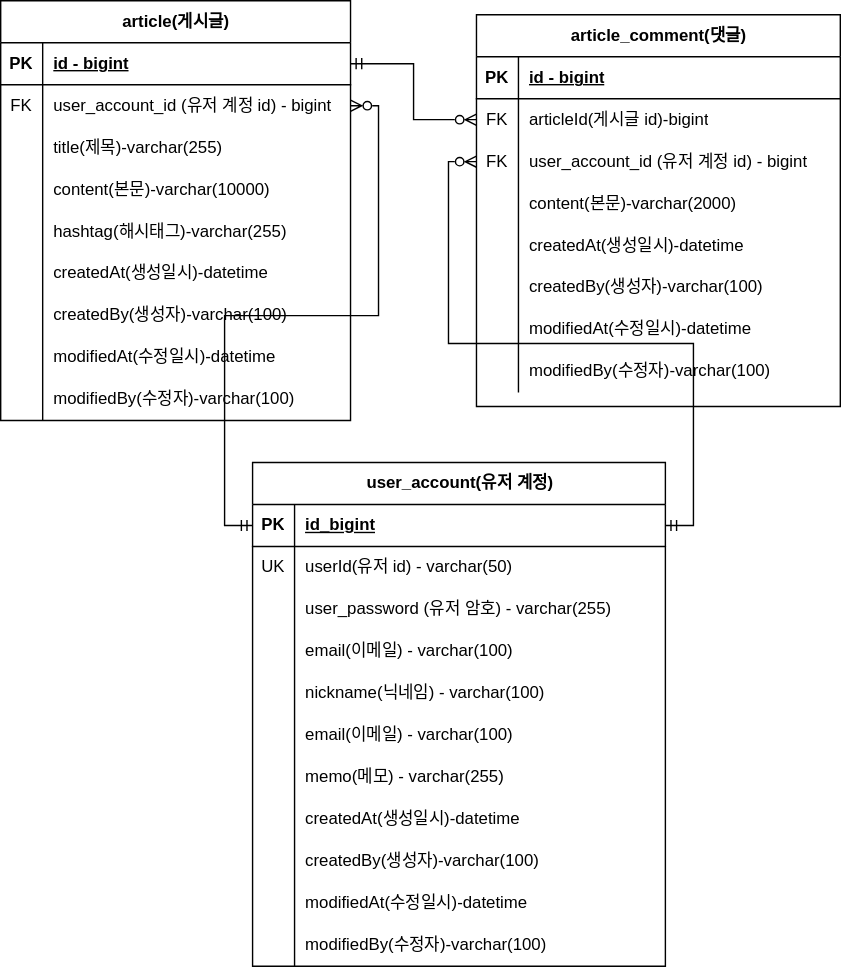
Earlier version of the draw.io export document/project-board-erd.drawio.svg (Kim-Hyeong-June/fastcampus-project-board). Source tidied: cells renumbered, new cells last; positions are measured from the earlier drawing's top-left corner, leaving out a move shared by most shapes.
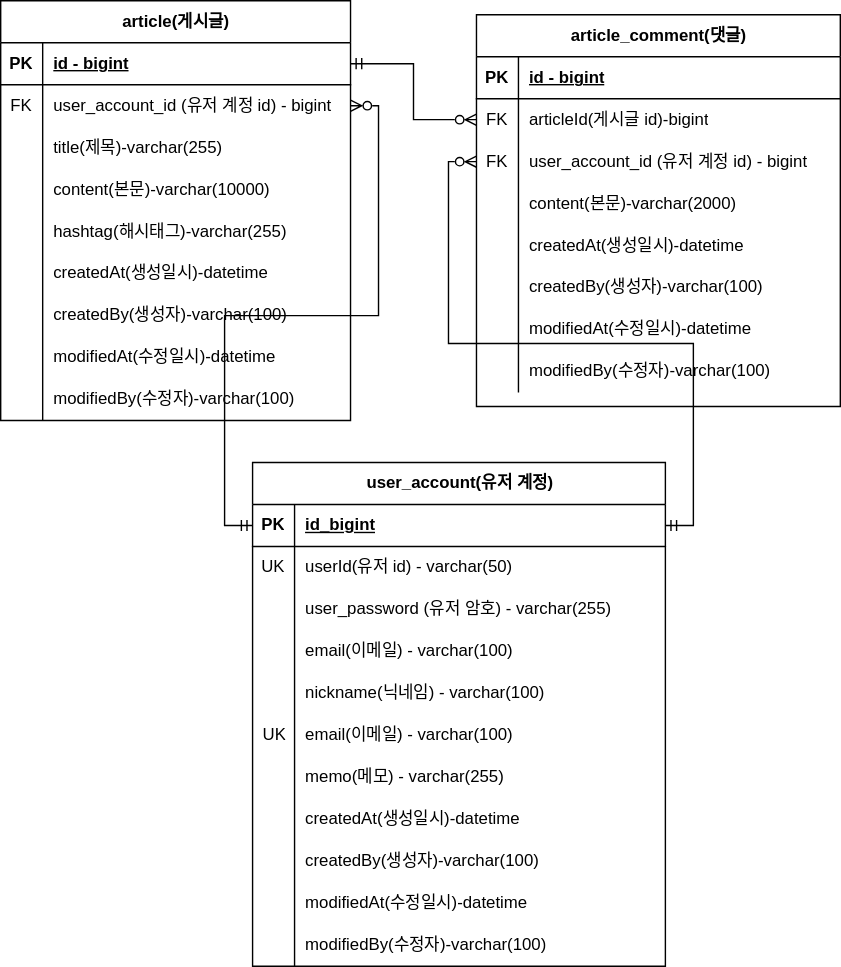
After the change.

Commit message:
email uk 업데이트

The edit, as a diff of the source:
```diff
@@ -272,5 +272,8 @@
     <mxCell id="91" style="edgeStyle=orthogonalEdgeStyle;rounded=0;jettySize=auto;html=1;exitX=0;exitY=0.5;exitDx=0;exitDy=0;entryX=1;entryY=0.5;entryDx=0;entryDy=0;endArrow=ERmandOne;endFill=0;startArrow=ERzeroToMany;startFill=0;" parent="1" edge="1" source="37" target="56">
       <mxGeometry relative="1" as="geometry" />
     </mxCell>
+    <mxCell id="92" value="UK" style="shape=partialRectangle;fillColor=none;top=0;left=0;bottom=0;right=0;overflow=hidden;whiteSpace=wrap;html=1;" parent="1" vertex="1">
+      <mxGeometry x="181" y="510" width="30" height="30" as="geometry" />
+    </mxCell>
   </root>
 </mxGraphModel>
```
